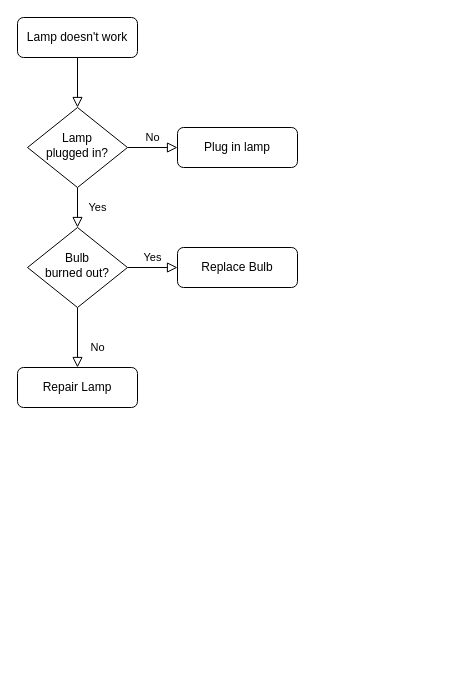
snowao/draw.io keeps this draw.io diagram as Untitled Diagram.drawio. Above is the earlier version. Source tidied: cells renumbered, new cells numbered last; positions are measured from the earlier drawing's top-left corner, leaving out a move shared by most shapes. Both pictures are drawn from the tidied source at 100%, with x=0, y=0 at pixel (17, 17).
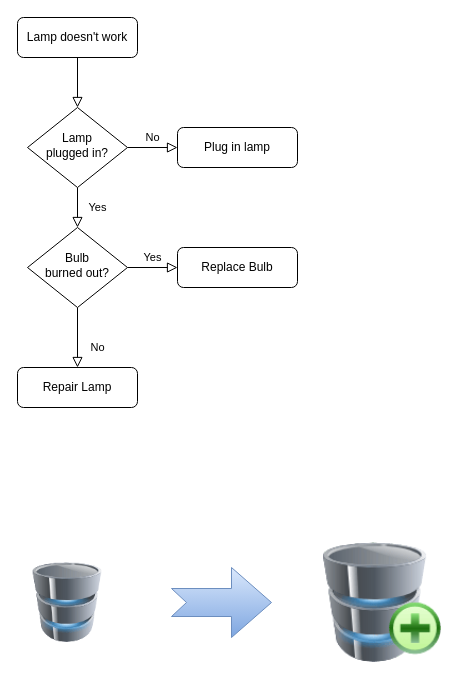
After the change.

What changed in the source:
```diff
@@
 <mxGraphModel>
   <root>
     <mxCell id="0" />
     <mxCell id="1" parent="0" />
     <mxCell id="2" style="rounded=0;html=1;jettySize=auto;fontSize=11;endArrow=block;endFill=0;endSize=8;strokeWidth=1;shadow=0;labelBackgroundColor=none;edgeStyle=orthogonalEdgeStyle;" parent="1" edge="1" source="3" target="6">
       <mxGeometry relative="1" as="geometry" />
     </mxCell>
     <mxCell id="3" value="Lamp doesn't work" style="rounded=1;whiteSpace=wrap;html=1;fontSize=12;glass=0;strokeWidth=1;shadow=0;" parent="1" vertex="1">
       <mxGeometry width="120" height="40" as="geometry" />
     </mxCell>
     <mxCell id="4" value="Yes" style="rounded=0;html=1;jettySize=auto;fontSize=11;endArrow=block;endFill=0;endSize=8;strokeWidth=1;shadow=0;labelBackgroundColor=none;edgeStyle=orthogonalEdgeStyle;" parent="1" edge="1" source="6" target="10">
       <mxGeometry y="20" relative="1" as="geometry" />
     </mxCell>
     <mxCell id="5" value="No" style="edgeStyle=orthogonalEdgeStyle;rounded=0;html=1;jettySize=auto;fontSize=11;endArrow=block;endFill=0;endSize=8;strokeWidth=1;shadow=0;labelBackgroundColor=none;" parent="1" edge="1" source="6" target="7">
       <mxGeometry y="10" relative="1" as="geometry" />
     </mxCell>
     <mxCell id="6" value="Lamp&lt;br&gt;plugged in?" style="rhombus;whiteSpace=wrap;html=1;shadow=0;fontFamily=Helvetica;fontSize=12;align=center;strokeWidth=1;spacing=6;spacingTop=-4;" parent="1" vertex="1">
       <mxGeometry x="10" y="90" width="100" height="80" as="geometry" />
     </mxCell>
     <mxCell id="7" value="Plug in lamp" style="rounded=1;whiteSpace=wrap;html=1;fontSize=12;glass=0;strokeWidth=1;shadow=0;" parent="1" vertex="1">
       <mxGeometry x="160" y="110" width="120" height="40" as="geometry" />
     </mxCell>
     <mxCell id="8" value="No" style="rounded=0;html=1;jettySize=auto;fontSize=11;endArrow=block;endFill=0;endSize=8;strokeWidth=1;shadow=0;labelBackgroundColor=none;edgeStyle=orthogonalEdgeStyle;" parent="1" edge="1" source="10" target="11">
       <mxGeometry x="0.33" y="20" relative="1" as="geometry" />
     </mxCell>
     <mxCell id="9" value="Yes" style="edgeStyle=orthogonalEdgeStyle;rounded=0;html=1;jettySize=auto;fontSize=11;endArrow=block;endFill=0;endSize=8;strokeWidth=1;shadow=0;labelBackgroundColor=none;" parent="1" edge="1" source="10" target="12">
       <mxGeometry y="10" relative="1" as="geometry" />
     </mxCell>
     <mxCell id="10" value="Bulb&lt;br&gt;burned out?" style="rhombus;whiteSpace=wrap;html=1;shadow=0;fontFamily=Helvetica;fontSize=12;align=center;strokeWidth=1;spacing=6;spacingTop=-4;" parent="1" vertex="1">
       <mxGeometry x="10" y="210" width="100" height="80" as="geometry" />
     </mxCell>
     <mxCell id="11" value="Repair Lamp" style="rounded=1;whiteSpace=wrap;html=1;fontSize=12;glass=0;strokeWidth=1;shadow=0;" parent="1" vertex="1">
       <mxGeometry y="350" width="120" height="40" as="geometry" />
     </mxCell>
     <mxCell id="12" value="Replace Bulb" style="rounded=1;whiteSpace=wrap;html=1;fontSize=12;glass=0;strokeWidth=1;shadow=0;" parent="1" vertex="1">
       <mxGeometry x="160" y="230" width="120" height="40" as="geometry" />
     </mxCell>
+    <mxCell id="13" style="image;html=1;image=img/lib/clip_art/computers/Database_Add_128x128.png;" parent="1" vertex="1">
+      <mxGeometry x="300" y="525" width="130" height="120" as="geometry" />
+    </mxCell>
+    <mxCell id="14" style="image;html=1;image=img/lib/clip_art/computers/Database_128x128.png;" parent="1" vertex="1">
+      <mxGeometry x="10" y="545" width="80" height="80" as="geometry" />
+    </mxCell>
+    <mxCell id="15" style="html=1;shadow=0;dashed=0;align=center;verticalAlign=middle;shape=mxgraph.arrows2.arrow;dy=0.6;dx=40;notch=15;fillColor=#dae8fc;strokeColor=#6c8ebf;gradientColor=#7ea6e0;" parent="1" vertex="1">
+      <mxGeometry x="154" y="550" width="100" height="70" as="geometry" />
+    </mxCell>
   </root>
 </mxGraphModel>
```
